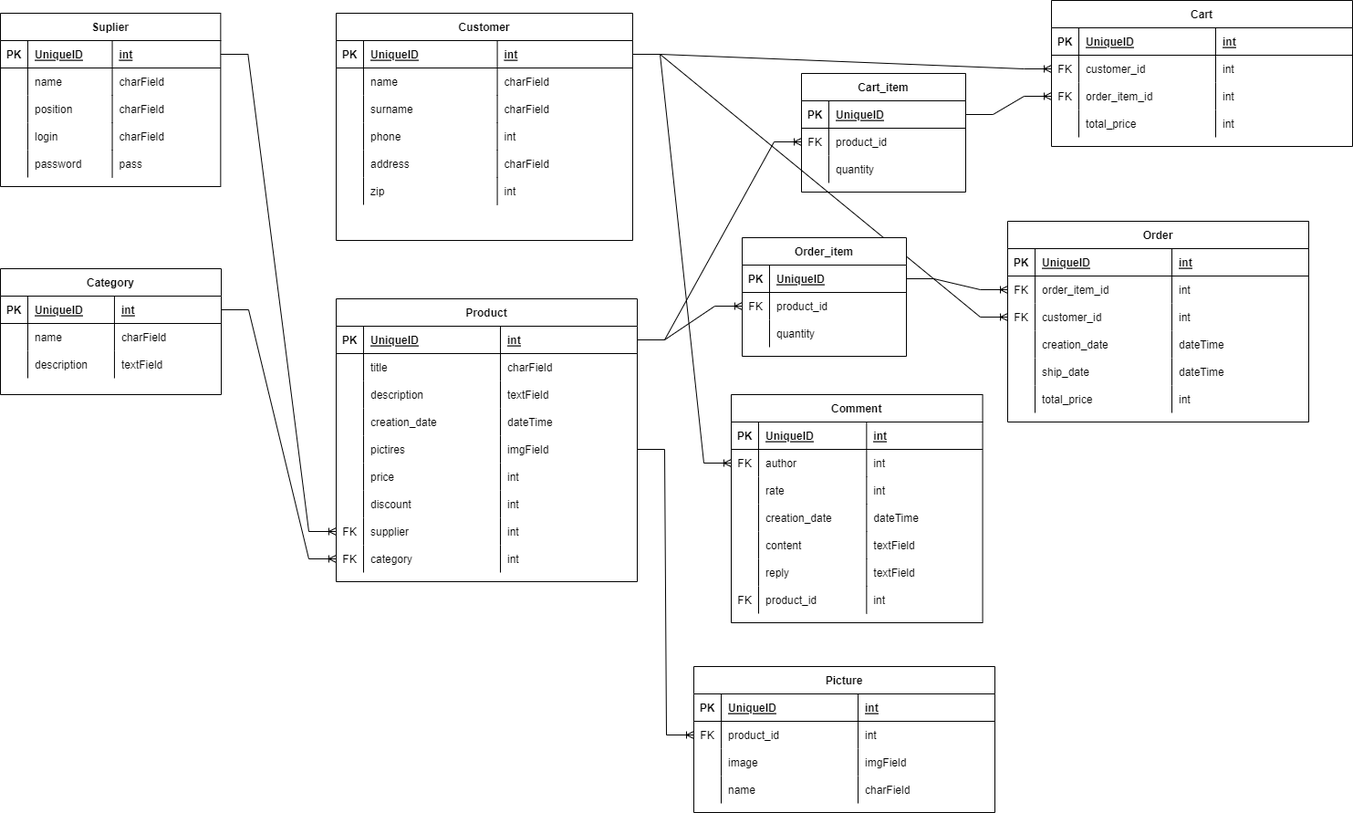
The draw.io diagram E-shop.png in Mekazara/Neo_E-shop, before a commit. Source tidied: cells renumbered, new cells last; positions are measured from the earlier drawing's top-left corner, leaving out a move shared by most shapes.
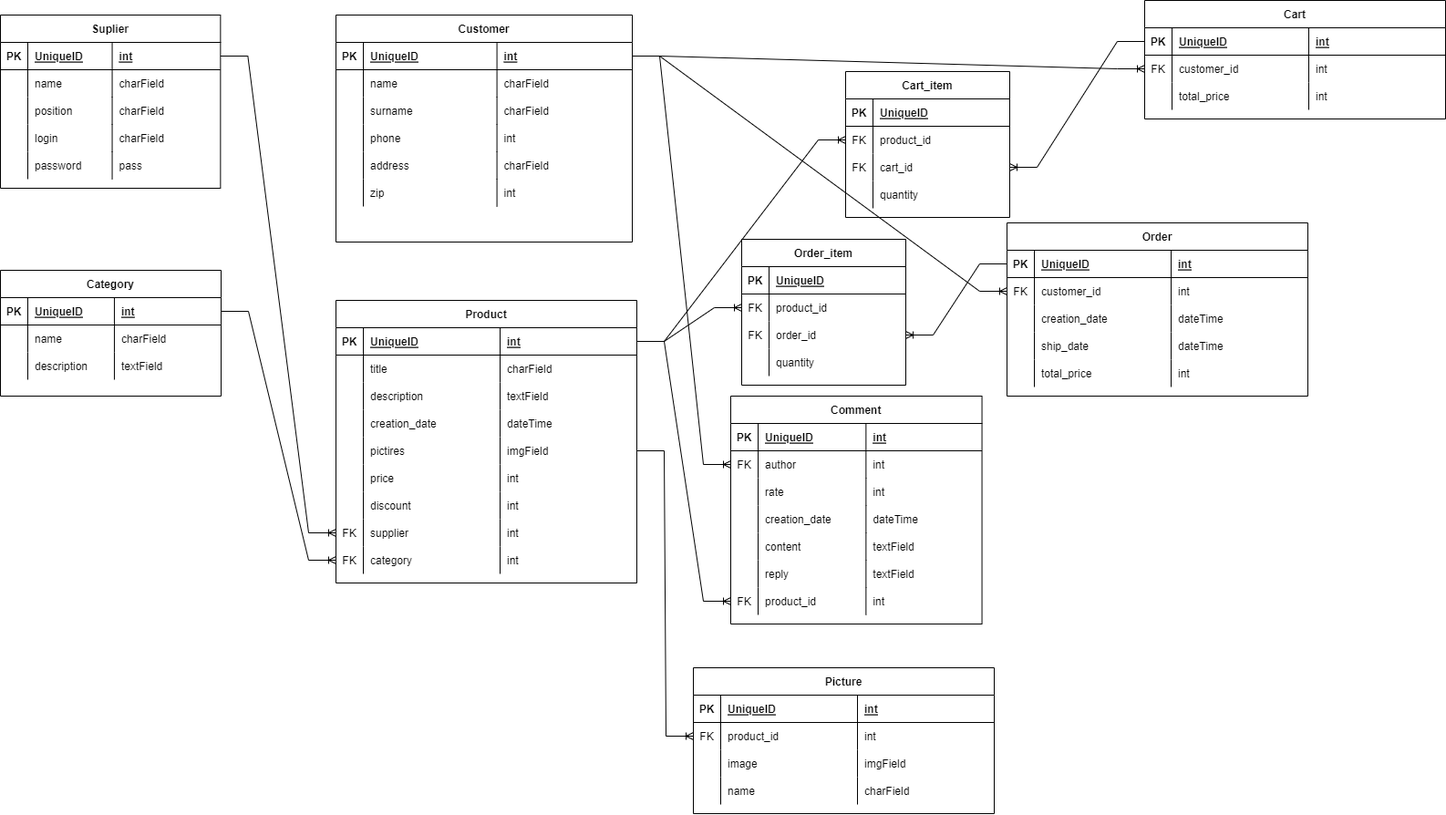
After the change.

Commit message:
many to many relationship

What changed in the source:
```diff
@@ -383,14 +383,14 @@
     <mxCell id="128" value="int" style="shape=partialRectangle;fillColor=none;top=0;left=0;bottom=0;right=0;align=left;spacingLeft=6;overflow=hidden;" parent="125" vertex="1">
       <mxGeometry x="176.6" width="148.4" height="30" as="geometry" />
     </mxCell>
-    <mxCell id="129" style="edgeStyle=entityRelationEdgeStyle;fontSize=12;html=1;endArrow=ERoneToMany;rounded=0;exitX=1;exitY=0.5;exitDx=0;exitDy=0;entryX=0;entryY=0.5;entryDx=0;entryDy=0;" parent="1" edge="1" source="x" target="100">
+    <mxCell id="129" style="edgeStyle=entityRelationEdgeStyle;fontSize=12;html=1;endArrow=ERoneToMany;rounded=0;exitX=1;exitY=0.5;exitDx=0;exitDy=0;entryX=0;entryY=0.5;entryDx=0;entryDy=0;" parent="1" edge="1" source="3" target="100">
       <mxGeometry relative="1" as="geometry" />
     </mxCell>
     <mxCell id="130" style="edgeStyle=entityRelationEdgeStyle;fontSize=12;html=1;endArrow=ERoneToMany;rounded=0;entryX=0;entryY=0.5;entryDx=0;entryDy=0;exitX=1;exitY=0.5;exitDx=0;exitDy=0;" parent="1" edge="1" source="105" target="80">
       <mxGeometry relative="1" as="geometry" />
     </mxCell>
     <mxCell id="131" value="Order" style="shape=table;startSize=30;rowLines=0;fontStyle=1;align=center;" parent="1" vertex="1">
-      <mxGeometry x="1104" y="242" width="330" height="220" as="geometry" />
+      <mxGeometry x="1104" y="242" width="330" height="190" as="geometry" />
     </mxCell>
     <mxCell id="132" style="shape=tableRow;horizontal=0;startSize=0;swimlaneHead=0;swimlaneBody=0;fillColor=none;points=[[0,0.5],[1,0.5]];portConstraint=eastwest;top=0;left=0;right=0;bottom=1;" parent="131" vertex="1">
       <mxGeometry y="30" width="330" height="30" as="geometry" />
@@ -404,20 +404,8 @@
     <mxCell id="135" value="int" style="shape=partialRectangle;fillColor=none;top=0;left=0;bottom=0;right=0;align=left;spacingLeft=6;fontStyle=5;overflow=hidden;" parent="132" vertex="1">
       <mxGeometry x="180" width="150" height="30" as="geometry" />
     </mxCell>
-    <mxCell id="136" style="shape=tableRow;horizontal=0;startSize=0;swimlaneHead=0;swimlaneBody=0;fillColor=none;points=[[0,0.5],[1,0.5]];portConstraint=eastwest;top=0;left=0;right=0;bottom=0;" parent="131" vertex="1">
-      <mxGeometry y="60" width="330" height="30" as="geometry" />
-    </mxCell>
-    <mxCell id="137" value="FK" style="shape=partialRectangle;fillColor=none;top=0;left=0;bottom=0;right=0;overflow=hidden;" parent="136" vertex="1">
-      <mxGeometry width="30" height="30" as="geometry" />
-    </mxCell>
-    <mxCell id="138" value="order_item_id" style="shape=partialRectangle;fillColor=none;top=0;left=0;bottom=0;right=0;align=left;spacingLeft=6;overflow=hidden;" parent="136" vertex="1">
-      <mxGeometry x="30" width="150" height="30" as="geometry" />
-    </mxCell>
-    <mxCell id="139" value="int" style="shape=partialRectangle;fillColor=none;top=0;left=0;bottom=0;right=0;align=left;spacingLeft=6;overflow=hidden;" parent="136" vertex="1">
-      <mxGeometry x="180" width="150" height="30" as="geometry" />
-    </mxCell>
     <mxCell id="140" style="shape=tableRow;horizontal=0;startSize=0;swimlaneHead=0;swimlaneBody=0;fillColor=none;points=[[0,0.5],[1,0.5]];portConstraint=eastwest;top=0;left=0;right=0;bottom=0;" parent="131" vertex="1">
-      <mxGeometry y="90" width="330" height="30" as="geometry" />
+      <mxGeometry y="60" width="330" height="30" as="geometry" />
     </mxCell>
     <mxCell id="141" value="FK" style="shape=partialRectangle;fillColor=none;top=0;left=0;bottom=0;right=0;overflow=hidden;" parent="140" vertex="1">
       <mxGeometry width="30" height="30" as="geometry" />
@@ -429,7 +417,7 @@
       <mxGeometry x="180" width="150" height="30" as="geometry" />
     </mxCell>
     <mxCell id="144" style="shape=tableRow;horizontal=0;startSize=0;swimlaneHead=0;swimlaneBody=0;fillColor=none;top=0;left=0;right=0;bottom=0;" parent="131" vertex="1">
-      <mxGeometry y="120" width="330" height="30" as="geometry" />
+      <mxGeometry y="90" width="330" height="30" as="geometry" />
     </mxCell>
     <mxCell id="145" style="shape=partialRectangle;fillColor=none;top=0;left=0;bottom=0;right=0;overflow=hidden;" parent="144" vertex="1">
       <mxGeometry width="30" height="30" as="geometry" />
@@ -441,7 +429,7 @@
       <mxGeometry x="180" width="150" height="30" as="geometry" />
     </mxCell>
     <mxCell id="148" style="shape=tableRow;horizontal=0;startSize=0;swimlaneHead=0;swimlaneBody=0;fillColor=none;top=0;left=0;right=0;bottom=0;" parent="131" vertex="1">
-      <mxGeometry y="150" width="330" height="30" as="geometry" />
+      <mxGeometry y="120" width="330" height="30" as="geometry" />
     </mxCell>
     <mxCell id="149" style="shape=partialRectangle;fillColor=none;top=0;left=0;bottom=0;right=0;overflow=hidden;" parent="148" vertex="1">
       <mxGeometry width="30" height="30" as="geometry" />
@@ -453,7 +441,7 @@
       <mxGeometry x="180" width="150" height="30" as="geometry" />
     </mxCell>
     <mxCell id="152" style="shape=tableRow;horizontal=0;startSize=0;swimlaneHead=0;swimlaneBody=0;fillColor=none;top=0;left=0;right=0;bottom=0;" parent="131" vertex="1">
-      <mxGeometry y="180" width="330" height="30" as="geometry" />
+      <mxGeometry y="150" width="330" height="30" as="geometry" />
     </mxCell>
     <mxCell id="153" style="shape=partialRectangle;fillColor=none;top=0;left=0;bottom=0;right=0;overflow=hidden;" parent="152" vertex="1">
       <mxGeometry width="30" height="30" as="geometry" />
@@ -465,7 +453,7 @@
       <mxGeometry x="180" width="150" height="30" as="geometry" />
     </mxCell>
     <mxCell id="156" value="Cart" style="shape=table;startSize=30;rowLines=0;fontStyle=1;align=center;" parent="1" vertex="1">
-      <mxGeometry x="1152" width="330" height="160" as="geometry" />
+      <mxGeometry x="1255" y="-2" width="330" height="130" as="geometry" />
     </mxCell>
     <mxCell id="157" style="shape=tableRow;horizontal=0;startSize=0;swimlaneHead=0;swimlaneBody=0;fillColor=none;points=[[0,0.5],[1,0.5]];portConstraint=eastwest;top=0;left=0;right=0;bottom=1;" parent="156" vertex="1">
       <mxGeometry y="30" width="330" height="30" as="geometry" />
@@ -491,20 +479,8 @@
     <mxCell id="164" value="int" style="shape=partialRectangle;fillColor=none;top=0;left=0;bottom=0;right=0;align=left;spacingLeft=6;overflow=hidden;" parent="161" vertex="1">
       <mxGeometry x="180" width="150" height="30" as="geometry" />
     </mxCell>
-    <mxCell id="165" style="shape=tableRow;horizontal=0;startSize=0;swimlaneHead=0;swimlaneBody=0;fillColor=none;points=[[0,0.5],[1,0.5]];portConstraint=eastwest;top=0;left=0;right=0;bottom=0;" parent="156" vertex="1">
-      <mxGeometry y="90" width="330" height="30" as="geometry" />
-    </mxCell>
-    <mxCell id="166" value="FK" style="shape=partialRectangle;fillColor=none;top=0;left=0;bottom=0;right=0;overflow=hidden;" parent="165" vertex="1">
-      <mxGeometry width="30" height="30" as="geometry" />
-    </mxCell>
-    <mxCell id="167" value="order_item_id" style="shape=partialRectangle;fillColor=none;top=0;left=0;bottom=0;right=0;align=left;spacingLeft=6;overflow=hidden;" parent="165" vertex="1">
-      <mxGeometry x="30" width="150" height="30" as="geometry" />
-    </mxCell>
-    <mxCell id="168" value="int" style="shape=partialRectangle;fillColor=none;top=0;left=0;bottom=0;right=0;align=left;spacingLeft=6;overflow=hidden;" parent="165" vertex="1">
-      <mxGeometry x="180" width="150" height="30" as="geometry" />
-    </mxCell>
     <mxCell id="169" style="shape=tableRow;horizontal=0;startSize=0;swimlaneHead=0;swimlaneBody=0;fillColor=none;top=0;left=0;right=0;bottom=0;" parent="156" vertex="1">
-      <mxGeometry y="120" width="330" height="30" as="geometry" />
+      <mxGeometry y="90" width="330" height="30" as="geometry" />
     </mxCell>
     <mxCell id="170" style="shape=partialRectangle;fillColor=none;top=0;left=0;bottom=0;right=0;overflow=hidden;" parent="169" vertex="1">
       <mxGeometry width="30" height="30" as="geometry" />
@@ -569,14 +545,11 @@
     <mxCell id="190" style="edgeStyle=entityRelationEdgeStyle;fontSize=12;html=1;endArrow=ERoneToMany;rounded=0;exitX=1;exitY=0.5;exitDx=0;exitDy=0;entryX=0;entryY=0.5;entryDx=0;entryDy=0;" parent="1" edge="1" source="19" target="178">
       <mxGeometry relative="1" as="geometry" />
     </mxCell>
-    <mxCell id="191" style="edgeStyle=entityRelationEdgeStyle;fontSize=12;html=1;endArrow=ERoneToMany;rounded=0;exitX=1;exitY=0.5;exitDx=0;exitDy=0;entryX=0;entryY=0.5;entryDx=0;entryDy=0;" parent="1" edge="1" source="x" target="165">
-      <mxGeometry relative="1" as="geometry" />
-    </mxCell>
     <mxCell id="192" style="edgeStyle=entityRelationEdgeStyle;fontSize=12;html=1;endArrow=ERoneToMany;rounded=0;entryX=0;entryY=0.5;entryDx=0;entryDy=0;exitX=1;exitY=0.5;exitDx=0;exitDy=0;" parent="1" edge="1" source="105" target="140">
       <mxGeometry relative="1" as="geometry" />
     </mxCell>
     <mxCell id="193" value="Order_item" style="shape=table;startSize=30;rowLines=0;fontStyle=1;align=center;" parent="1" vertex="1">
-      <mxGeometry x="813" y="260" width="180" height="130" as="geometry" />
+      <mxGeometry x="813" y="260" width="180" height="160" as="geometry" />
     </mxCell>
     <mxCell id="194" style="shape=tableRow;horizontal=0;startSize=0;swimlaneHead=0;swimlaneBody=0;fillColor=none;points=[[0,0.5],[1,0.5]];portConstraint=eastwest;top=0;left=0;right=0;bottom=1;" parent="193" vertex="1">
       <mxGeometry y="30" width="180" height="30" as="geometry" />
@@ -596,8 +569,17 @@
     <mxCell id="199" value="product_id" style="shape=partialRectangle;fillColor=none;top=0;left=0;bottom=0;right=0;align=left;spacingLeft=6;overflow=hidden;" parent="197" vertex="1">
       <mxGeometry x="30" width="150" height="30" as="geometry" />
     </mxCell>
+    <mxCell id="218" style="shape=tableRow;horizontal=0;startSize=0;swimlaneHead=0;swimlaneBody=0;fillColor=none;points=[[0,0.5],[1,0.5]];portConstraint=eastwest;top=0;left=0;right=0;bottom=0;" parent="193" vertex="1">
+      <mxGeometry y="90" width="180" height="30" as="geometry" />
+    </mxCell>
+    <mxCell id="219" value="FK" style="shape=partialRectangle;fillColor=none;top=0;left=0;bottom=0;right=0;overflow=hidden;" parent="218" vertex="1">
+      <mxGeometry width="30" height="30" as="geometry" />
+    </mxCell>
+    <mxCell id="220" value="order_id" style="shape=partialRectangle;fillColor=none;top=0;left=0;bottom=0;right=0;align=left;spacingLeft=6;overflow=hidden;" parent="218" vertex="1">
+      <mxGeometry x="30" width="150" height="30" as="geometry" />
+    </mxCell>
     <mxCell id="200" style="shape=tableRow;horizontal=0;startSize=0;swimlaneHead=0;swimlaneBody=0;fillColor=none;top=0;left=0;right=0;bottom=0;" parent="193" vertex="1">
-      <mxGeometry y="90" width="180" height="30" as="geometry" />
+      <mxGeometry y="120" width="180" height="30" as="geometry" />
     </mxCell>
     <mxCell id="201" style="shape=partialRectangle;fillColor=none;top=0;left=0;bottom=0;right=0;overflow=hidden;" parent="200" vertex="1">
       <mxGeometry width="30" height="30" as="geometry" />
@@ -608,14 +590,14 @@
     <mxCell id="203" style="edgeStyle=entityRelationEdgeStyle;fontSize=12;html=1;endArrow=ERoneToMany;rounded=0;exitX=1;exitY=0.5;exitDx=0;exitDy=0;entryX=0;entryY=0.5;entryDx=0;entryDy=0;" parent="1" edge="1" source="3" target="197">
       <mxGeometry relative="1" as="geometry" />
     </mxCell>
-    <mxCell id="204" style="edgeStyle=entityRelationEdgeStyle;fontSize=12;html=1;endArrow=ERoneToMany;rounded=0;exitX=1;exitY=0.5;exitDx=0;exitDy=0;entryX=0;entryY=0.5;entryDx=0;entryDy=0;" parent="1" edge="1" source="194" target="136">
+    <mxCell id="204" style="edgeStyle=entityRelationEdgeStyle;fontSize=12;html=1;endArrow=ERoneToMany;rounded=0;exitX=1;exitY=0.5;exitDx=0;exitDy=0;entryX=0;entryY=0.5;entryDx=0;entryDy=0;" parent="1" edge="1" source="194" target="x">
       <mxGeometry relative="1" as="geometry" />
     </mxCell>
     <mxCell id="205" style="edgeStyle=entityRelationEdgeStyle;fontSize=12;html=1;endArrow=ERoneToMany;rounded=0;exitX=1;exitY=0.5;exitDx=0;exitDy=0;entryX=0;entryY=0.5;entryDx=0;entryDy=0;" parent="1" edge="1" source="105" target="161">
       <mxGeometry relative="1" as="geometry" />
     </mxCell>
     <mxCell id="206" value="Cart_item" style="shape=table;startSize=30;rowLines=0;fontStyle=1;align=center;" parent="1" vertex="1">
-      <mxGeometry x="878" y="80" width="180" height="130" as="geometry" />
+      <mxGeometry x="927" y="76" width="180" height="160" as="geometry" />
     </mxCell>
     <mxCell id="207" style="shape=tableRow;horizontal=0;startSize=0;swimlaneHead=0;swimlaneBody=0;fillColor=none;points=[[0,0.5],[1,0.5]];portConstraint=eastwest;top=0;left=0;right=0;bottom=1;" parent="206" vertex="1">
       <mxGeometry y="30" width="180" height="30" as="geometry" />
@@ -635,8 +617,17 @@
     <mxCell id="212" value="product_id" style="shape=partialRectangle;fillColor=none;top=0;left=0;bottom=0;right=0;align=left;spacingLeft=6;overflow=hidden;" parent="210" vertex="1">
       <mxGeometry x="30" width="150" height="30" as="geometry" />
     </mxCell>
+    <mxCell id="221" style="shape=tableRow;horizontal=0;startSize=0;swimlaneHead=0;swimlaneBody=0;fillColor=none;points=[[0,0.5],[1,0.5]];portConstraint=eastwest;top=0;left=0;right=0;bottom=0;" parent="206" vertex="1">
+      <mxGeometry y="90" width="180" height="30" as="geometry" />
+    </mxCell>
+    <mxCell id="222" value="FK" style="shape=partialRectangle;fillColor=none;top=0;left=0;bottom=0;right=0;overflow=hidden;" parent="221" vertex="1">
+      <mxGeometry width="30" height="30" as="geometry" />
+    </mxCell>
+    <mxCell id="223" value="cart_id" style="shape=partialRectangle;fillColor=none;top=0;left=0;bottom=0;right=0;align=left;spacingLeft=6;overflow=hidden;" parent="221" vertex="1">
+      <mxGeometry x="30" width="150" height="30" as="geometry" />
+    </mxCell>
     <mxCell id="213" style="shape=tableRow;horizontal=0;startSize=0;swimlaneHead=0;swimlaneBody=0;fillColor=none;top=0;left=0;right=0;bottom=0;" parent="206" vertex="1">
-      <mxGeometry y="90" width="180" height="30" as="geometry" />
+      <mxGeometry y="120" width="180" height="30" as="geometry" />
     </mxCell>
     <mxCell id="214" style="shape=partialRectangle;fillColor=none;top=0;left=0;bottom=0;right=0;overflow=hidden;" parent="213" vertex="1">
       <mxGeometry width="30" height="30" as="geometry" />
@@ -647,8 +638,14 @@
     <mxCell id="216" style="edgeStyle=entityRelationEdgeStyle;fontSize=12;html=1;endArrow=ERoneToMany;rounded=0;exitX=1;exitY=0.5;exitDx=0;exitDy=0;entryX=0;entryY=0.5;entryDx=0;entryDy=0;" parent="1" edge="1" source="3" target="210">
       <mxGeometry relative="1" as="geometry" />
     </mxCell>
-    <mxCell id="217" style="edgeStyle=entityRelationEdgeStyle;fontSize=12;html=1;endArrow=ERoneToMany;rounded=0;exitX=1;exitY=0.5;exitDx=0;exitDy=0;entryX=0;entryY=0.5;entryDx=0;entryDy=0;" parent="1" edge="1" source="207" target="165">
+    <mxCell id="217" style="edgeStyle=entityRelationEdgeStyle;fontSize=12;html=1;endArrow=ERoneToMany;rounded=0;exitX=1;exitY=0.5;exitDx=0;exitDy=0;entryX=0;entryY=0.5;entryDx=0;entryDy=0;" parent="1" edge="1" source="207" target="x">
       <mxGeometry relative="1" as="geometry" />
     </mxCell>
+    <mxCell id="224" style="edgeStyle=entityRelationEdgeStyle;fontSize=12;html=1;endArrow=ERoneToMany;rounded=0;exitX=0;exitY=0.5;exitDx=0;exitDy=0;" parent="1" edge="1" source="132" target="218">
+      <mxGeometry relative="1" as="geometry" />
+    </mxCell>
+    <mxCell id="225" style="edgeStyle=entityRelationEdgeStyle;fontSize=12;html=1;endArrow=ERoneToMany;rounded=0;exitX=0;exitY=0.5;exitDx=0;exitDy=0;entryX=1;entryY=0.5;entryDx=0;entryDy=0;" parent="1" edge="1" source="157" target="221">
+      <mxGeometry relative="1" as="geometry" />
+    </mxCell>
   </root>
 </mxGraphModel>
```
